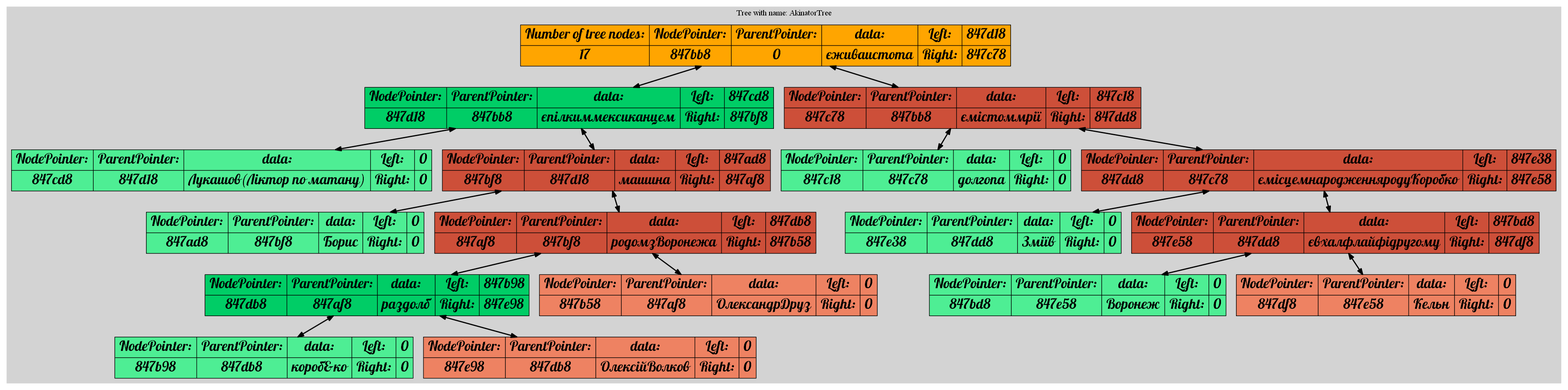
The Graphviz diagram Print_Of_Akinator_Tree/Print_Of_Akinator_Tree.png in andreevmaxi/Akinator, before a commit. Its source is kept beside it as Print_Of_Akinator_Tree/Print_Of_Akinator_Tree.dot.
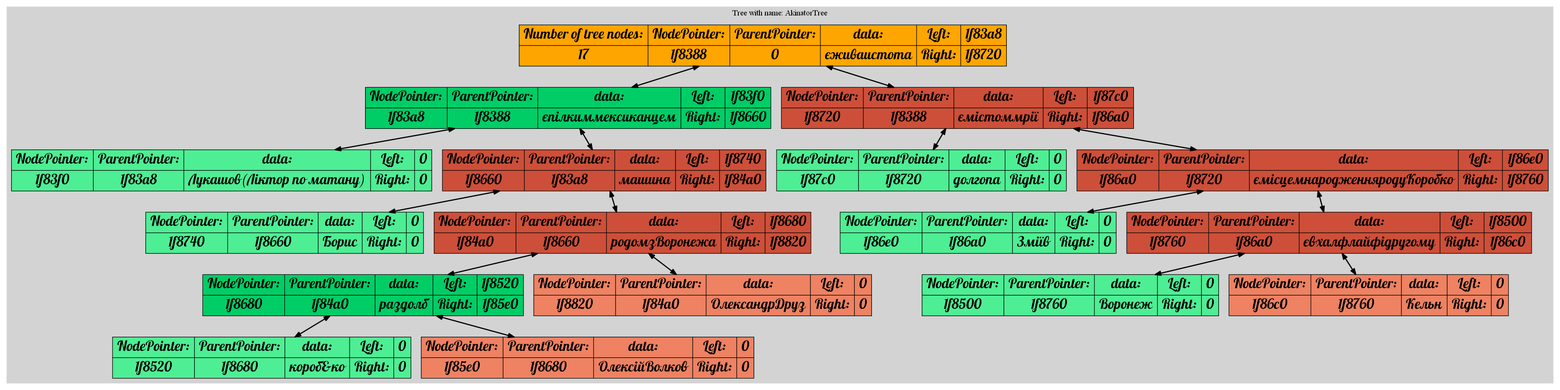
The same diagram one commit later.

Change to the diagram source:
```diff
@@ -4,38 +4,38 @@
 subgraph clusterlist {
 style=filled;
 color=lightgrey;
-8682424 [shape=record, label="{Number of tree nodes: | 17} | {NodePointer:  | 847bb8} | {ParentPointer: | 0} | {data: | є жива истота} | {Left: | Right:} | {847d18 | 847c78}",style="filled",fillcolor="orange"];
-8682424->8682776[dir="both";style="bold"];
-8682424->8682616[dir="both";style="bold"];
-8682616 [shape=record, label="{NodePointer:  | 847c78} | {ParentPointer: | 847bb8} | {data: | є містом мрії} | {Left: | Right:} | {847c18 | 847dd8}",style="filled",fillcolor="tomato3"];
-8682616->8682520[dir="both";style="bold"];
-8682616->8682968[dir="both";style="bold"];
-8682968 [shape=record, label="{NodePointer:  | 847dd8} | {ParentPointer: | 847c78} | {data: | є місцем народження роду Коробко} | {Left: | Right:} | {847e38 | 847e58}",style="filled",fillcolor="tomato3"];
-8682968->8683064[dir="both";style="bold"];
-8682968->8683096[dir="both";style="bold"];
-8683096 [shape=record, label="{NodePointer:  | 847e58} | {ParentPointer: | 847dd8} | {data: | є в халф лайфі другому} | {Left: | Right:} | {847bd8 | 847df8}",style="filled",fillcolor="tomato3"];
-8683096->8682456[dir="both";style="bold"];
-8683096->8683000[dir="both";style="bold"];
-8683000 [shape=record, label="{NodePointer:  | 847df8} | {ParentPointer: | 847e58} | {data: | Кельн} | {Left: | Right:} | {0 | 0}",style="filled",fillcolor="salmon2"];
-8682456 [shape=record, label="{NodePointer:  | 847bd8} | {ParentPointer: | 847e58} | {data: | Воронеж} | {Left: | Right:} | {0 | 0}",style="filled",fillcolor="seagreen2"];
-8683064 [shape=record, label="{NodePointer:  | 847e38} | {ParentPointer: | 847dd8} | {data: | Зміїв} | {Left: | Right:} | {0 | 0}",style="filled",fillcolor="seagreen2"];
-8682520 [shape=record, label="{NodePointer:  | 847c18} | {ParentPointer: | 847c78} | {data: | долгопа} | {Left: | Right:} | {0 | 0}",style="filled",fillcolor="seagreen2"];
-8682776 [shape=record, label="{NodePointer:  | 847d18} | {ParentPointer: | 847bb8} | {data: | є пілким мексиканцем} | {Left: | Right:} | {847cd8 | 847bf8}",style="filled",fillcolor="springgreen3"];
-8682776->8682712[dir="both";style="bold"];
-8682776->8682488[dir="both";style="bold"];
-8682488 [shape=record, label="{NodePointer:  | 847bf8} | {ParentPointer: | 847d18} | {data: | машина} | {Left: | Right:} | {847ad8 | 847af8}",style="filled",fillcolor="tomato3"];
-8682488->8682200[dir="both";style="bold"];
-8682488->8682232[dir="both";style="bold"];
-8682232 [shape=record, label="{NodePointer:  | 847af8} | {ParentPointer: | 847bf8} | {data: | родом з Воронежа} | {Left: | Right:} | {847db8 | 847b58}",style="filled",fillcolor="tomato3"];
-8682232->8682936[dir="both";style="bold"];
-8682232->8682328[dir="both";style="bold"];
-8682328 [shape=record, label="{NodePointer:  | 847b58} | {ParentPointer: | 847af8} | {data: | Олександр Друз} | {Left: | Right:} | {0 | 0}",style="filled",fillcolor="salmon2"];
-8682936 [shape=record, label="{NodePointer:  | 847db8} | {ParentPointer: | 847af8} | {data: | раздолб} | {Left: | Right:} | {847b98 | 847e98}",style="filled",fillcolor="springgreen3"];
-8682936->8682392[dir="both";style="bold"];
-8682936->8683160[dir="both";style="bold"];
-8683160 [shape=record, label="{NodePointer:  | 847e98} | {ParentPointer: | 847db8} | {data: | Олексій Волков} | {Left: | Right:} | {0 | 0}",style="filled",fillcolor="salmon2"];
-8682392 [shape=record, label="{NodePointer:  | 847b98} | {ParentPointer: | 847db8} | {data: | короб&ко} | {Left: | Right:} | {0 | 0}",style="filled",fillcolor="seagreen2"];
-8682200 [shape=record, label="{NodePointer:  | 847ad8} | {ParentPointer: | 847bf8} | {data: | Борис} | {Left: | Right:} | {0 | 0}",style="filled",fillcolor="seagreen2"];
-8682712 [shape=record, label="{NodePointer:  | 847cd8} | {ParentPointer: | 847d18} | {data: | Лукашов(Ліктор по матану)} | {Left: | Right:} | {0 | 0}",style="filled",fillcolor="seagreen2"];
+2065288 [shape=record, label="{Number of tree nodes: | 17} | {NodePointer:  | 1f8388} | {ParentPointer: | 0} | {data: | є жива истота} | {Left: | Right:} | {1f83a8 | 1f8720}",style="filled",fillcolor="orange"];
+2065288->2065320[dir="both";style="bold"];
+2065288->2066208[dir="both";style="bold"];
+2066208 [shape=record, label="{NodePointer:  | 1f8720} | {ParentPointer: | 1f8388} | {data: | є містом мрії} | {Left: | Right:} | {1f87c0 | 1f86a0}",style="filled",fillcolor="tomato3"];
+2066208->2066368[dir="both";style="bold"];
+2066208->2066080[dir="both";style="bold"];
+2066080 [shape=record, label="{NodePointer:  | 1f86a0} | {ParentPointer: | 1f8720} | {data: | є місцем народження роду Коробко} | {Left: | Right:} | {1f86e0 | 1f8760}",style="filled",fillcolor="tomato3"];
+2066080->2066144[dir="both";style="bold"];
+2066080->2066272[dir="both";style="bold"];
+2066272 [shape=record, label="{NodePointer:  | 1f8760} | {ParentPointer: | 1f86a0} | {data: | є в халф лайфі другому} | {Left: | Right:} | {1f8500 | 1f86c0}",style="filled",fillcolor="tomato3"];
+2066272->2065664[dir="both";style="bold"];
+2066272->2066112[dir="both";style="bold"];
+2066112 [shape=record, label="{NodePointer:  | 1f86c0} | {ParentPointer: | 1f8760} | {data: | Кельн} | {Left: | Right:} | {0 | 0}",style="filled",fillcolor="salmon2"];
+2065664 [shape=record, label="{NodePointer:  | 1f8500} | {ParentPointer: | 1f8760} | {data: | Воронеж} | {Left: | Right:} | {0 | 0}",style="filled",fillcolor="seagreen2"];
+2066144 [shape=record, label="{NodePointer:  | 1f86e0} | {ParentPointer: | 1f86a0} | {data: | Зміїв} | {Left: | Right:} | {0 | 0}",style="filled",fillcolor="seagreen2"];
+2066368 [shape=record, label="{NodePointer:  | 1f87c0} | {ParentPointer: | 1f8720} | {data: | долгопа} | {Left: | Right:} | {0 | 0}",style="filled",fillcolor="seagreen2"];
+2065320 [shape=record, label="{NodePointer:  | 1f83a8} | {ParentPointer: | 1f8388} | {data: | є пілким мексиканцем} | {Left: | Right:} | {1f83f0 | 1f8660}",style="filled",fillcolor="springgreen3"];
+2065320->2065392[dir="both";style="bold"];
+2065320->2066016[dir="both";style="bold"];
+2066016 [shape=record, label="{NodePointer:  | 1f8660} | {ParentPointer: | 1f83a8} | {data: | машина} | {Left: | Right:} | {1f8740 | 1f84a0}",style="filled",fillcolor="tomato3"];
+2066016->2066240[dir="both";style="bold"];
+2066016->2065568[dir="both";style="bold"];
+2065568 [shape=record, label="{NodePointer:  | 1f84a0} | {ParentPointer: | 1f8660} | {data: | родом з Воронежа} | {Left: | Right:} | {1f8680 | 1f8820}",style="filled",fillcolor="tomato3"];
+2065568->2066048[dir="both";style="bold"];
+2065568->2066464[dir="both";style="bold"];
+2066464 [shape=record, label="{NodePointer:  | 1f8820} | {ParentPointer: | 1f84a0} | {data: | Олександр Друз} | {Left: | Right:} | {0 | 0}",style="filled",fillcolor="salmon2"];
+2066048 [shape=record, label="{NodePointer:  | 1f8680} | {ParentPointer: | 1f84a0} | {data: | раздолб} | {Left: | Right:} | {1f8520 | 1f85e0}",style="filled",fillcolor="springgreen3"];
+2066048->2065696[dir="both";style="bold"];
+2066048->2065888[dir="both";style="bold"];
+2065888 [shape=record, label="{NodePointer:  | 1f85e0} | {ParentPointer: | 1f8680} | {data: | Олексій Волков} | {Left: | Right:} | {0 | 0}",style="filled",fillcolor="salmon2"];
+2065696 [shape=record, label="{NodePointer:  | 1f8520} | {ParentPointer: | 1f8680} | {data: | короб&ко} | {Left: | Right:} | {0 | 0}",style="filled",fillcolor="seagreen2"];
+2066240 [shape=record, label="{NodePointer:  | 1f8740} | {ParentPointer: | 1f8660} | {data: | Борис} | {Left: | Right:} | {0 | 0}",style="filled",fillcolor="seagreen2"];
+2065392 [shape=record, label="{NodePointer:  | 1f83f0} | {ParentPointer: | 1f83a8} | {data: | Лукашов(Ліктор по матану)} | {Left: | Right:} | {0 | 0}",style="filled",fillcolor="seagreen2"];
 label = "Tree with name: AkinatorTree"}
 }
```
